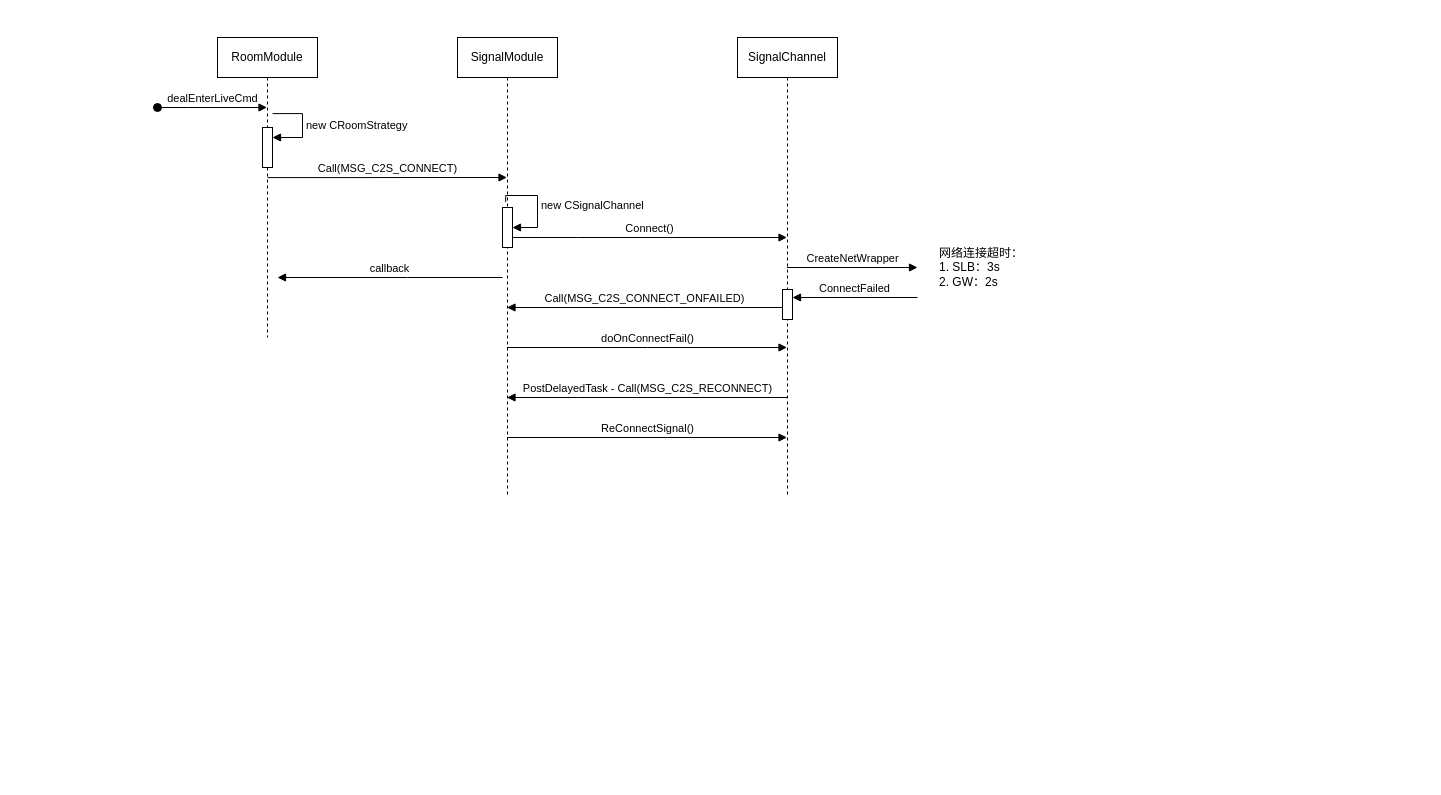
cnnop007/arch-docs keeps this draw.io diagram as reconnect.drawio. Above is the earlier version. Source tidied: cells renumbered, new cells numbered last; positions are measured from the earlier drawing's top-left corner, leaving out a move shared by most shapes. Both pictures are drawn from the tidied source at 100%, with x=0, y=0 at pixel (157, 37).
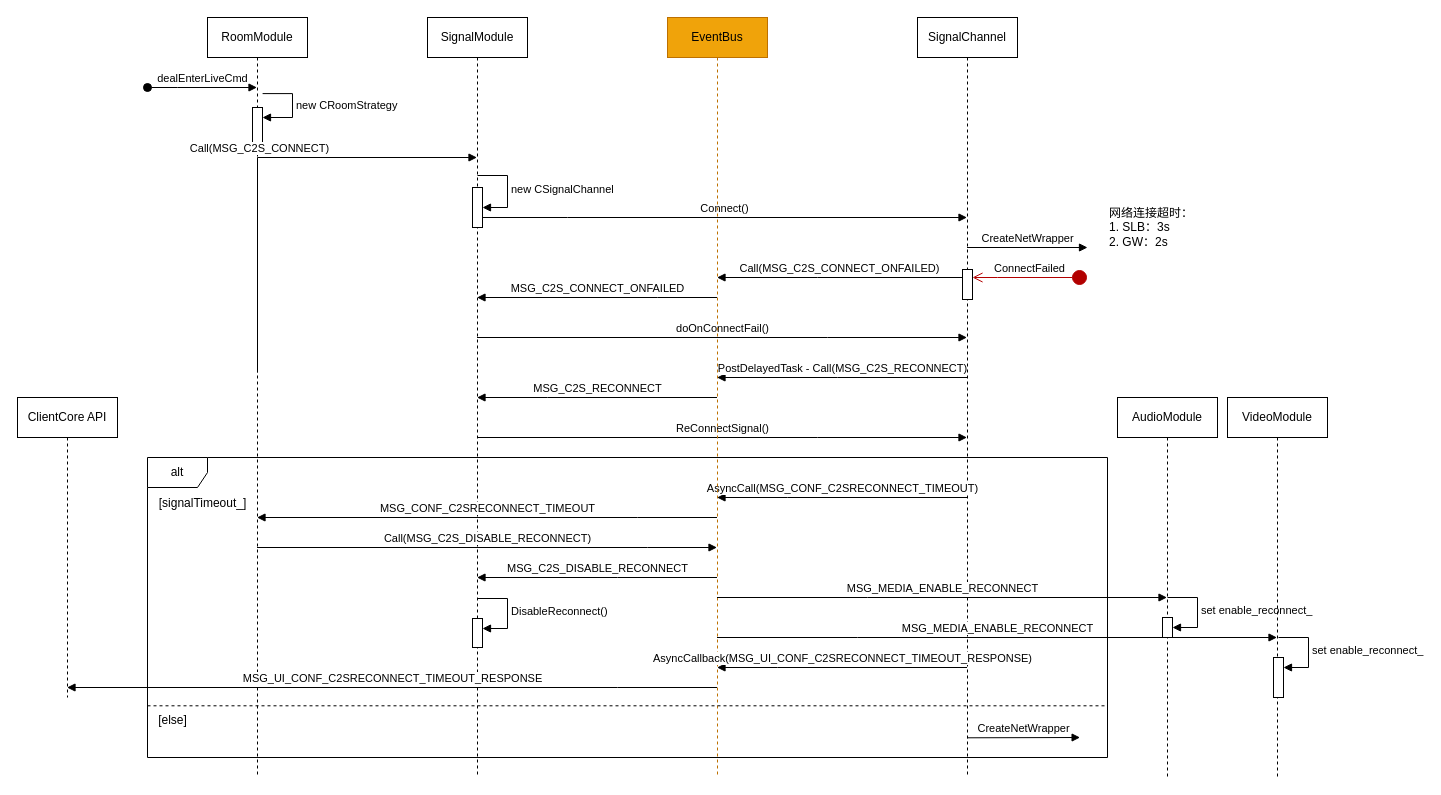
The same diagram, later.

The change refers to these unchanged cells:
```xml
<mxCell id="7" style="html=1;points=[];perimeter=orthogonalPerimeter;outlineConnect=0;targetShapes=umlLifeline;portConstraint=eastwest;newEdgeStyle={&quot;edgeStyle&quot;:&quot;elbowEdgeStyle&quot;,&quot;elbow&quot;:&quot;vertical&quot;,&quot;curved&quot;:0,&quot;rounded&quot;:0};" parent="6" vertex="1">
  <mxGeometry x="45" y="170" width="10" height="40" as="geometry" />
</mxCell>
<mxCell id="12" style="html=1;points=[];perimeter=orthogonalPerimeter;outlineConnect=0;targetShapes=umlLifeline;portConstraint=eastwest;newEdgeStyle={&quot;edgeStyle&quot;:&quot;elbowEdgeStyle&quot;,&quot;elbow&quot;:&quot;vertical&quot;,&quot;curved&quot;:0,&quot;rounded&quot;:0};" parent="11" vertex="1">
  <mxGeometry x="45" y="252" width="10" height="30" as="geometry" />
</mxCell>
```

What changed in the source:
```diff
@@
     <mxCell id="2" value="RoomModule" style="shape=umlLifeline;perimeter=lifelinePerimeter;whiteSpace=wrap;html=1;outlineConnect=0;portConstraint=eastwest;newEdgeStyle={&quot;edgeStyle&quot;:&quot;elbowEdgeStyle&quot;,&quot;elbow&quot;:&quot;vertical&quot;,&quot;curved&quot;:0,&quot;rounded&quot;:0};" parent="1" vertex="1">
-      <mxGeometry x="60" width="100" height="300" as="geometry" />
+      <mxGeometry x="50" y="-20" width="100" height="760" as="geometry" />
     </mxCell>
@@
     <mxCell id="6" value="SignalModule" style="shape=umlLifeline;perimeter=lifelinePerimeter;whiteSpace=wrap;html=1;outlineConnect=0;portConstraint=eastwest;newEdgeStyle={&quot;edgeStyle&quot;:&quot;elbowEdgeStyle&quot;,&quot;elbow&quot;:&quot;vertical&quot;,&quot;curved&quot;:0,&quot;rounded&quot;:0};" parent="1" vertex="1">
-      <mxGeometry x="300" width="100" height="460" as="geometry" />
+      <mxGeometry x="270" y="-20" width="100" height="760" as="geometry" />
     </mxCell>
@@
-    <mxCell id="8" value="new&amp;nbsp;CSignalChannel" style="html=1;align=left;spacingLeft=2;endArrow=block;rounded=0;edgeStyle=orthogonalEdgeStyle;curved=0;rounded=0;exitX=0.482;exitY=0.358;exitDx=0;exitDy=0;exitPerimeter=0;" parent="6" edge="1" source="6" target="7">
+    <mxCell id="8" value="new&amp;nbsp;CSignalChannel" style="html=1;align=left;spacingLeft=2;endArrow=block;rounded=0;edgeStyle=orthogonalEdgeStyle;curved=0;rounded=0;" parent="6" edge="1" target="7">
       <mxGeometry relative="1" as="geometry">
+        <mxPoint x="50" y="158" as="sourcePoint" />
         <Array as="points">
           <mxPoint x="80" y="158" />
           <mxPoint x="80" y="190" />
         </Array>
       </mxGeometry>
     </mxCell>
+    <mxCell id="21" style="html=1;points=[];perimeter=orthogonalPerimeter;outlineConnect=0;targetShapes=umlLifeline;portConstraint=eastwest;newEdgeStyle={&quot;edgeStyle&quot;:&quot;elbowEdgeStyle&quot;,&quot;elbow&quot;:&quot;vertical&quot;,&quot;curved&quot;:0,&quot;rounded&quot;:0};" parent="6" vertex="1">
+      <mxGeometry x="45" y="601" width="10" height="29" as="geometry" />
+    </mxCell>
+    <mxCell id="22" value="DisableReconnect()" style="html=1;align=left;spacingLeft=2;endArrow=block;rounded=0;edgeStyle=orthogonalEdgeStyle;curved=0;rounded=0;" parent="6" edge="1" target="21">
+      <mxGeometry relative="1" as="geometry">
+        <mxPoint x="50" y="581" as="sourcePoint" />
+        <Array as="points">
+          <mxPoint x="80" y="611" />
+        </Array>
+      </mxGeometry>
+    </mxCell>
     <mxCell id="9" value="Call(MSG_C2S_CONNECT)" style="html=1;verticalAlign=bottom;endArrow=block;edgeStyle=elbowEdgeStyle;elbow=vertical;curved=0;rounded=0;exitX=0.5;exitY=0.467;exitDx=0;exitDy=0;exitPerimeter=0;" parent="1" edge="1" source="2" target="6">
       <mxGeometry relative="1" as="geometry">
         <Array as="points">
-          <mxPoint x="230" y="140" />
-          <mxPoint x="160" y="110" />
+          <mxPoint x="220" y="120" />
+          <mxPoint x="150" y="90" />
         </Array>
       </mxGeometry>
     </mxCell>
-    <mxCell id="10" value="callback" style="html=1;verticalAlign=bottom;endArrow=block;edgeStyle=elbowEdgeStyle;elbow=vertical;curved=0;rounded=0;" parent="1" edge="1">
-      <mxGeometry relative="1" as="geometry">
-        <mxPoint x="345" y="240" as="sourcePoint" />
-        <mxPoint x="120" y="240" as="targetPoint" />
-        <Array as="points">
-          <mxPoint x="250" y="240" />
-          <mxPoint x="130" y="210" />
-          <mxPoint x="150" y="200" />
-          <mxPoint x="170" y="160" />
-        </Array>
-      </mxGeometry>
-    </mxCell>
     <mxCell id="11" value="SignalChannel" style="shape=umlLifeline;perimeter=lifelinePerimeter;whiteSpace=wrap;html=1;outlineConnect=0;portConstraint=eastwest;newEdgeStyle={&quot;edgeStyle&quot;:&quot;elbowEdgeStyle&quot;,&quot;elbow&quot;:&quot;vertical&quot;,&quot;curved&quot;:0,&quot;rounded&quot;:0};" parent="1" vertex="1">
-      <mxGeometry x="580" width="100" height="460" as="geometry" />
+      <mxGeometry x="760" y="-20" width="100" height="760" as="geometry" />
     </mxCell>
@@
-    <mxCell id="13" value="ConnectFailed" style="html=1;verticalAlign=bottom;endArrow=block;edgeStyle=elbowEdgeStyle;elbow=vertical;curved=0;rounded=0;" parent="11" edge="1">
-      <mxGeometry relative="1" as="geometry">
-        <mxPoint x="180" y="260" as="sourcePoint" />
-        <mxPoint x="55" y="260" as="targetPoint" />
-      </mxGeometry>
-    </mxCell>
     <mxCell id="14" value="Connect()" style="html=1;verticalAlign=bottom;endArrow=block;edgeStyle=elbowEdgeStyle;elbow=vertical;curved=0;rounded=0;" parent="1" edge="1" source="7" target="11">
       <mxGeometry relative="1" as="geometry">
         <Array as="points">
-          <mxPoint x="420" y="200" />
-          <mxPoint x="520" y="180" />
+          <mxPoint x="410" y="180" />
+          <mxPoint x="510" y="160" />
         </Array>
       </mxGeometry>
     </mxCell>
     <mxCell id="15" value="CreateNetWrapper" style="html=1;verticalAlign=bottom;endArrow=block;edgeStyle=elbowEdgeStyle;elbow=vertical;curved=0;rounded=0;" parent="1" edge="1" source="11">
       <mxGeometry relative="1" as="geometry">
-        <mxPoint x="760" y="230" as="targetPoint" />
+        <mxPoint x="930" y="210" as="targetPoint" />
         <Array as="points">
-          <mxPoint x="630" y="230" />
+          <mxPoint x="800" y="210" />
         </Array>
       </mxGeometry>
     </mxCell>
     <mxCell id="16" value="网络连接超时：&lt;br&gt;1. SLB：3s&lt;br&gt;2. GW：2s" style="text;html=1;align=left;verticalAlign=middle;strokeColor=none;fillColor=none;" parent="1" vertex="1">
-      <mxGeometry x="780" y="200" width="110" height="60" as="geometry" />
+      <mxGeometry x="950" y="160" width="110" height="60" as="geometry" />
     </mxCell>
-    <mxCell id="17" value="Call(MSG_C2S_CONNECT_ONFAILED)" style="html=1;verticalAlign=bottom;endArrow=block;edgeStyle=elbowEdgeStyle;elbow=vertical;curved=0;rounded=0;" parent="1" edge="1" source="12" target="6">
+    <mxCell id="17" value="Call(MSG_C2S_CONNECT_ONFAILED)" style="html=1;verticalAlign=bottom;endArrow=block;edgeStyle=elbowEdgeStyle;elbow=vertical;curved=0;rounded=0;" parent="1" edge="1" source="12" target="24">
       <mxGeometry relative="1" as="geometry">
         <Array as="points">
-          <mxPoint x="510" y="270" />
+          <mxPoint x="660" y="240" />
         </Array>
       </mxGeometry>
     </mxCell>
     <mxCell id="18" value="doOnConnectFail()" style="html=1;verticalAlign=bottom;endArrow=block;edgeStyle=elbowEdgeStyle;elbow=vertical;curved=0;rounded=0;" parent="1" edge="1" source="6" target="11">
       <mxGeometry relative="1" as="geometry">
         <Array as="points">
-          <mxPoint x="490" y="310" />
-          <mxPoint x="520" y="290" />
-          <mxPoint x="440" y="280" />
-          <mxPoint x="350" y="280" />
+          <mxPoint x="670" y="300" />
+          <mxPoint x="480" y="290" />
+          <mxPoint x="510" y="270" />
+          <mxPoint x="430" y="260" />
+          <mxPoint x="340" y="260" />
         </Array>
       </mxGeometry>
     </mxCell>
-    <mxCell id="19" value="PostDelayedTask - Call(MSG_C2S_RECONNECT)" style="html=1;verticalAlign=bottom;endArrow=block;edgeStyle=elbowEdgeStyle;elbow=vertical;curved=0;rounded=0;" parent="1" edge="1" source="11" target="6">
+    <mxCell id="19" value="PostDelayedTask - Call(MSG_C2S_RECONNECT)" style="html=1;verticalAlign=bottom;endArrow=block;edgeStyle=elbowEdgeStyle;elbow=vertical;curved=0;rounded=0;" parent="1" edge="1" source="11" target="24">
       <mxGeometry relative="1" as="geometry">
         <Array as="points">
-          <mxPoint x="420" y="360" />
+          <mxPoint x="680" y="340" />
         </Array>
       </mxGeometry>
     </mxCell>
     <mxCell id="20" value="ReConnectSignal()" style="html=1;verticalAlign=bottom;endArrow=block;edgeStyle=elbowEdgeStyle;elbow=vertical;curved=0;rounded=0;" parent="1" edge="1" source="6" target="11">
       <mxGeometry relative="1" as="geometry">
         <Array as="points">
-          <mxPoint x="510" y="400" />
+          <mxPoint x="660" y="400" />
+          <mxPoint x="500" y="380" />
         </Array>
       </mxGeometry>
     </mxCell>
+    <mxCell id="23" value="AsyncCall(MSG_CONF_C2SRECONNECT_TIMEOUT)" style="html=1;verticalAlign=bottom;endArrow=block;edgeStyle=elbowEdgeStyle;elbow=vertical;curved=0;rounded=0;" parent="1" edge="1" source="11" target="24">
+      <mxGeometry relative="1" as="geometry">
+        <Array as="points">
+          <mxPoint x="630" y="460" />
+          <mxPoint x="650" y="470" />
+          <mxPoint x="720" y="480" />
+          <mxPoint x="610" y="470" />
+          <mxPoint x="630" y="445" />
+        </Array>
+      </mxGeometry>
+    </mxCell>
+    <mxCell id="24" value="EventBus" style="shape=umlLifeline;perimeter=lifelinePerimeter;whiteSpace=wrap;html=1;outlineConnect=0;portConstraint=eastwest;newEdgeStyle={&quot;edgeStyle&quot;:&quot;elbowEdgeStyle&quot;,&quot;elbow&quot;:&quot;vertical&quot;,&quot;curved&quot;:0,&quot;rounded&quot;:0};strokeColor=#BD7000;fillColor=#f0a30a;fontColor=#000000;" parent="1" vertex="1">
+      <mxGeometry x="510" y="-20" width="100" height="760" as="geometry" />
+    </mxCell>
+    <mxCell id="25" value="AsyncCallback(MSG_UI_CONF_C2SRECONNECT_TIMEOUT_RESPONSE)" style="html=1;verticalAlign=bottom;endArrow=block;edgeStyle=elbowEdgeStyle;elbow=vertical;curved=0;rounded=0;" parent="1" edge="1" source="11" target="24">
+      <mxGeometry relative="1" as="geometry">
+        <Array as="points">
+          <mxPoint x="620" y="630" />
+          <mxPoint x="650" y="600" />
+          <mxPoint x="710" y="580" />
+          <mxPoint x="660" y="540" />
+          <mxPoint x="620" y="524" />
+          <mxPoint x="720" y="490" />
+        </Array>
+      </mxGeometry>
+    </mxCell>
+    <mxCell id="26" value="MSG_C2S_CONNECT_ONFAILED" style="html=1;verticalAlign=bottom;endArrow=block;edgeStyle=elbowEdgeStyle;elbow=vertical;curved=0;rounded=0;" parent="1" edge="1" source="24" target="6">
+      <mxGeometry relative="1" as="geometry">
+        <Array as="points">
+          <mxPoint x="500" y="260" />
+          <mxPoint x="510" y="250" />
+          <mxPoint x="520" y="250" />
+          <mxPoint x="360" y="330" />
+        </Array>
+      </mxGeometry>
+    </mxCell>
+    <mxCell id="27" value="MSG_C2S_RECONNECT" style="html=1;verticalAlign=bottom;endArrow=block;edgeStyle=elbowEdgeStyle;elbow=vertical;curved=0;rounded=0;" parent="1" edge="1" source="24" target="6">
+      <mxGeometry relative="1" as="geometry">
+        <Array as="points">
+          <mxPoint x="390" y="360" />
+        </Array>
+      </mxGeometry>
+    </mxCell>
+    <mxCell id="28" style="group;" parent="1" vertex="1">
+      <mxGeometry x="-10" y="420" width="960" height="300" as="geometry" />
+    </mxCell>
+    <mxCell id="29" value="alt" style="shape=umlFrame;whiteSpace=wrap;html=1;" parent="28" vertex="1">
+      <mxGeometry width="960" height="300" as="geometry" />
+    </mxCell>
+    <mxCell id="30" value="[signalTimeout_]" style="text;html=1;align=center;verticalAlign=middle;strokeColor=none;fillColor=none;" parent="28" vertex="1">
+      <mxGeometry y="31.2" width="110" height="30" as="geometry" />
+    </mxCell>
+    <mxCell id="31" style="endArrow=none;dashed=1;html=1;rounded=0;" parent="28" edge="1">
+      <mxGeometry relative="1" as="geometry">
+        <mxPoint y="248.3" as="sourcePoint" />
+        <mxPoint x="960" y="248.3" as="targetPoint" />
+      </mxGeometry>
+    </mxCell>
+    <mxCell id="32" value="[else]" style="text;html=1;align=center;verticalAlign=middle;strokeColor=none;fillColor=none;" parent="28" vertex="1">
+      <mxGeometry y="248" width="50" height="30" as="geometry" />
+    </mxCell>
+    <mxCell id="33" value="CreateNetWrapper" style="html=1;verticalAlign=bottom;endArrow=block;edgeStyle=elbowEdgeStyle;elbow=vertical;curved=0;rounded=0;" parent="28" edge="1">
+      <mxGeometry relative="1" as="geometry">
+        <mxPoint x="819.5" y="280.3" as="sourcePoint" />
+        <mxPoint x="932.6" y="280" as="targetPoint" />
+      </mxGeometry>
+    </mxCell>
+    <mxCell id="34" value="MSG_CONF_C2SRECONNECT_TIMEOUT" style="html=1;verticalAlign=bottom;endArrow=block;edgeStyle=elbowEdgeStyle;elbow=vertical;curved=0;rounded=0;" parent="1" edge="1" source="24" target="2">
+      <mxGeometry relative="1" as="geometry">
+        <Array as="points">
+          <mxPoint x="480" y="480" />
+          <mxPoint x="420" y="500" />
+        </Array>
+      </mxGeometry>
+    </mxCell>
+    <mxCell id="35" value="Call(MSG_C2S_DISABLE_RECONNECT)" style="html=1;verticalAlign=bottom;endArrow=block;edgeStyle=elbowEdgeStyle;elbow=vertical;curved=0;rounded=0;" parent="1" edge="1" source="2" target="24">
+      <mxGeometry relative="1" as="geometry">
+        <Array as="points">
+          <mxPoint x="490" y="510" />
+          <mxPoint x="290" y="540" />
+        </Array>
+      </mxGeometry>
+    </mxCell>
+    <mxCell id="36" value="MSG_C2S_DISABLE_RECONNECT" style="html=1;verticalAlign=bottom;endArrow=block;edgeStyle=elbowEdgeStyle;elbow=vertical;curved=0;rounded=0;" parent="1" edge="1" source="24" target="6">
+      <mxGeometry relative="1" as="geometry">
+        <Array as="points">
+          <mxPoint x="460" y="540" />
+        </Array>
+      </mxGeometry>
+    </mxCell>
+    <mxCell id="13" value="ConnectFailed" style="html=1;verticalAlign=bottom;startArrow=circle;startFill=1;endArrow=open;startSize=6;endSize=8;edgeStyle=elbowEdgeStyle;elbow=vertical;curved=0;rounded=0;fillColor=#e51400;strokeColor=#B20000;" parent="1" edge="1" target="12">
+      <mxGeometry relative="1" as="geometry">
+        <mxPoint x="930" y="240" as="sourcePoint" />
+        <Array as="points">
+          <mxPoint x="840" y="240" />
+        </Array>
+      </mxGeometry>
+    </mxCell>
+    <mxCell id="37" value="AudioModule" style="shape=umlLifeline;perimeter=lifelinePerimeter;whiteSpace=wrap;html=1;outlineConnect=0;portConstraint=eastwest;newEdgeStyle={&quot;edgeStyle&quot;:&quot;elbowEdgeStyle&quot;,&quot;elbow&quot;:&quot;vertical&quot;,&quot;curved&quot;:0,&quot;rounded&quot;:0};" parent="1" vertex="1">
+      <mxGeometry x="960" y="360" width="100" height="380" as="geometry" />
+    </mxCell>
+    <mxCell id="38" style="html=1;points=[];perimeter=orthogonalPerimeter;outlineConnect=0;targetShapes=umlLifeline;portConstraint=eastwest;newEdgeStyle={&quot;edgeStyle&quot;:&quot;elbowEdgeStyle&quot;,&quot;elbow&quot;:&quot;vertical&quot;,&quot;curved&quot;:0,&quot;rounded&quot;:0};" parent="37" vertex="1">
+      <mxGeometry x="45" y="220" width="10" height="20" as="geometry" />
+    </mxCell>
+    <mxCell id="39" value="set&amp;nbsp;enable_reconnect_" style="html=1;align=left;spacingLeft=2;endArrow=block;rounded=0;edgeStyle=orthogonalEdgeStyle;curved=0;rounded=0;" parent="37" edge="1" target="38">
+      <mxGeometry relative="1" as="geometry">
+        <mxPoint x="50" y="200" as="sourcePoint" />
+        <Array as="points">
+          <mxPoint x="80" y="230" />
+        </Array>
+      </mxGeometry>
+    </mxCell>
+    <mxCell id="40" value="VideoModule" style="shape=umlLifeline;perimeter=lifelinePerimeter;whiteSpace=wrap;html=1;outlineConnect=0;portConstraint=eastwest;newEdgeStyle={&quot;edgeStyle&quot;:&quot;elbowEdgeStyle&quot;,&quot;elbow&quot;:&quot;vertical&quot;,&quot;curved&quot;:0,&quot;rounded&quot;:0};" parent="1" vertex="1">
+      <mxGeometry x="1070" y="360" width="100" height="380" as="geometry" />
+    </mxCell>
+    <mxCell id="41" style="html=1;points=[];perimeter=orthogonalPerimeter;outlineConnect=0;targetShapes=umlLifeline;portConstraint=eastwest;newEdgeStyle={&quot;edgeStyle&quot;:&quot;elbowEdgeStyle&quot;,&quot;elbow&quot;:&quot;vertical&quot;,&quot;curved&quot;:0,&quot;rounded&quot;:0};" parent="40" vertex="1">
+      <mxGeometry x="46" y="260" width="10" height="40" as="geometry" />
+    </mxCell>
+    <mxCell id="42" value="set&amp;nbsp;enable_reconnect_" style="html=1;align=left;spacingLeft=2;endArrow=block;rounded=0;edgeStyle=orthogonalEdgeStyle;curved=0;rounded=0;" parent="40" edge="1" target="41">
+      <mxGeometry relative="1" as="geometry">
+        <mxPoint x="51" y="240" as="sourcePoint" />
+        <Array as="points">
+          <mxPoint x="81" y="270" />
+        </Array>
+      </mxGeometry>
+    </mxCell>
+    <mxCell id="43" value="MSG_MEDIA_ENABLE_RECONNECT" style="html=1;verticalAlign=bottom;endArrow=block;edgeStyle=elbowEdgeStyle;elbow=vertical;curved=0;rounded=0;" parent="1" edge="1" source="24" target="37">
+      <mxGeometry relative="1" as="geometry">
+        <Array as="points">
+          <mxPoint x="710" y="560" />
+        </Array>
+      </mxGeometry>
+    </mxCell>
+    <mxCell id="44" value="MSG_MEDIA_ENABLE_RECONNECT" style="html=1;verticalAlign=bottom;endArrow=block;edgeStyle=elbowEdgeStyle;elbow=vertical;curved=0;rounded=0;" parent="1" edge="1" source="24" target="40">
+      <mxGeometry relative="1" as="geometry">
+        <Array as="points">
+          <mxPoint x="700" y="600" />
+          <mxPoint x="910" y="590" />
+          <mxPoint x="1080" y="590" />
+        </Array>
+      </mxGeometry>
+    </mxCell>
+    <mxCell id="45" value="ClientCore API" style="shape=umlLifeline;perimeter=lifelinePerimeter;whiteSpace=wrap;html=1;outlineConnect=0;portConstraint=eastwest;newEdgeStyle={&quot;edgeStyle&quot;:&quot;elbowEdgeStyle&quot;,&quot;elbow&quot;:&quot;vertical&quot;,&quot;curved&quot;:0,&quot;rounded&quot;:0};" parent="1" vertex="1">
+      <mxGeometry x="-140" y="360" width="100" height="300" as="geometry" />
+    </mxCell>
+    <mxCell id="46" value="MSG_UI_CONF_C2SRECONNECT_TIMEOUT_RESPONSE" style="html=1;verticalAlign=bottom;endArrow=block;edgeStyle=elbowEdgeStyle;elbow=vertical;curved=0;rounded=0;" parent="1" edge="1" source="24" target="45">
+      <mxGeometry relative="1" as="geometry">
+        <Array as="points">
+          <mxPoint x="460" y="650" />
+          <mxPoint x="40" y="660" />
+        </Array>
+      </mxGeometry>
+    </mxCell>
```
